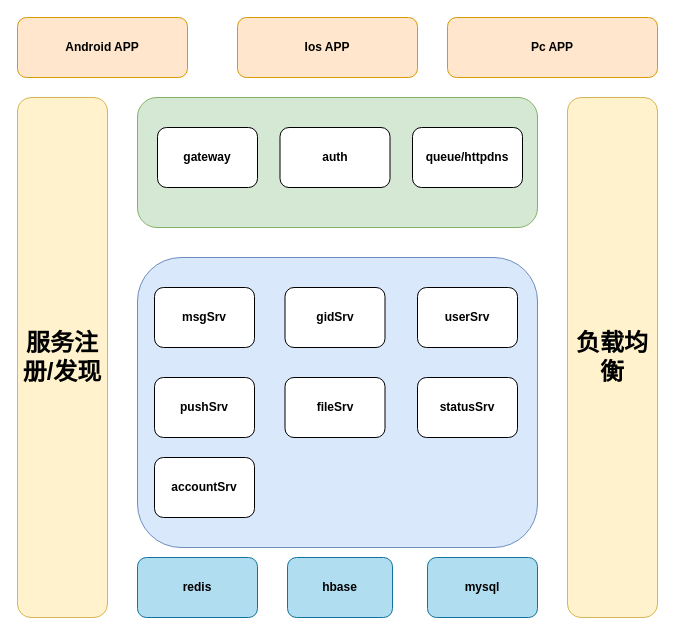
Above: drawio/IM2.0.drawio in hwholiday/learning_tools (draw.io), before the change. Source tidied: cells renumbered, new cells numbered last; positions are measured from the earlier drawing's top-left corner, leaving out a move shared by most shapes. Both pictures are drawn from the tidied source at 100%, with x=0, y=0 at pixel (17, 17).
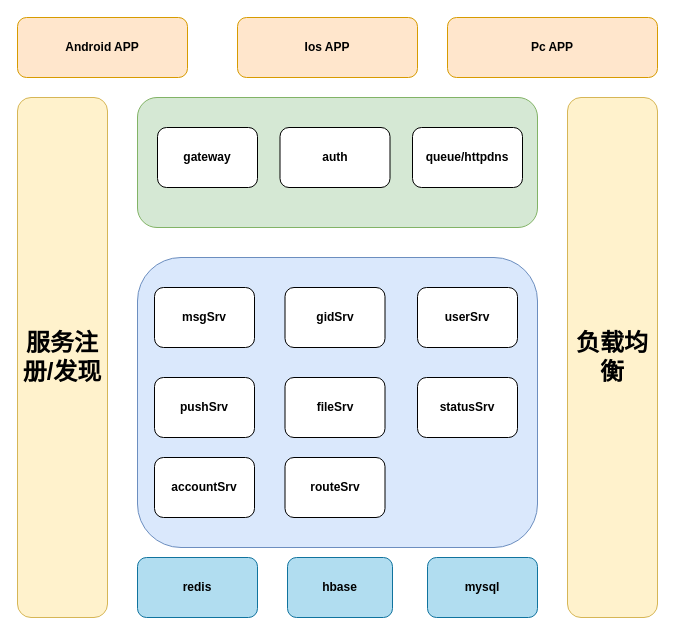
The same page after the edit.

The edit, as a diff of the source:
```diff
@@
+    <mxCell id="22" value="&lt;b&gt;routeSrv&lt;/b&gt;" style="rounded=1;whiteSpace=wrap;html=1;" parent="1" vertex="1">
+      <mxGeometry x="267.5" y="440" width="100" height="60" as="geometry" />
+    </mxCell>
```
